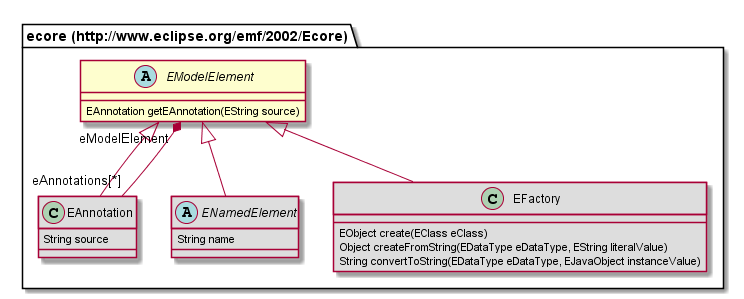
Earlier version of the PlantUML export org.nasdanika.html.repository/src/site/resources/app-model-doc/687474703a2f2f7777772e65636c697073652e6f72672f656d662f323030322f45636f7265/EModelElement.png (Nasdanika/html).
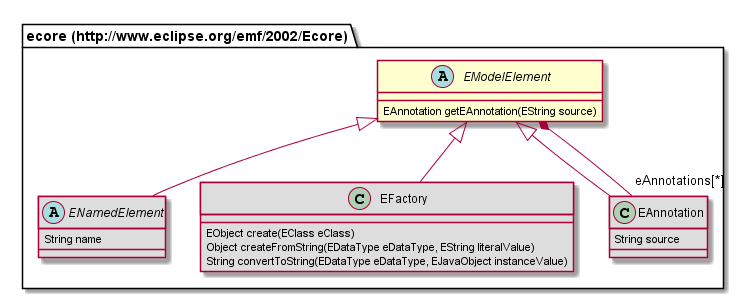
After the commit.

What changed in the source:
```diff
@@ -1,9 +1,6 @@
 @startuml
 abstract class "ecore (http://www.eclipse.org/emf/2002/Ecore).EModelElement" [[#router/doc-content/687474703a2f2f7777772e65636c697073652e6f72672f656d662f323030322f45636f7265/EModelElement.html]] {
 	EAnnotation getEAnnotation(EString source)
-}
-class "ecore (http://www.eclipse.org/emf/2002/Ecore).EAnnotation" [[#router/doc-content/687474703a2f2f7777772e65636c697073652e6f72672f656d662f323030322f45636f7265/EAnnotation.html]] #DDDDDD {
-	String source
 }
 abstract class "ecore (http://www.eclipse.org/emf/2002/Ecore).ENamedElement" [[#router/doc-content/687474703a2f2f7777772e65636c697073652e6f72672f656d662f323030322f45636f7265/ENamedElement.html]] #DDDDDD {
 	String name
@@ -13,8 +10,11 @@
 	Object createFromString(EDataType eDataType, EString literalValue)
 	String convertToString(EDataType eDataType, EJavaObject instanceValue)
 }
-"ecore (http://www.eclipse.org/emf/2002/Ecore).EModelElement" <|-- "ecore (http://www.eclipse.org/emf/2002/Ecore).EAnnotation"
+class "ecore (http://www.eclipse.org/emf/2002/Ecore).EAnnotation" [[#router/doc-content/687474703a2f2f7777772e65636c697073652e6f72672f656d662f323030322f45636f7265/EAnnotation.html]] #DDDDDD {
+	String source
+}
 "ecore (http://www.eclipse.org/emf/2002/Ecore).EModelElement" <|-- "ecore (http://www.eclipse.org/emf/2002/Ecore).ENamedElement"
 "ecore (http://www.eclipse.org/emf/2002/Ecore).EModelElement" <|-- "ecore (http://www.eclipse.org/emf/2002/Ecore).EFactory"
-"ecore (http://www.eclipse.org/emf/2002/Ecore).EAnnotation" "eAnnotations[*]" --* "eModelElement" "ecore (http://www.eclipse.org/emf/2002/Ecore).EModelElement"
+"ecore (http://www.eclipse.org/emf/2002/Ecore).EModelElement" <|-- "ecore (http://www.eclipse.org/emf/2002/Ecore).EAnnotation"
+"ecore (http://www.eclipse.org/emf/2002/Ecore).EModelElement" *-- "eAnnotations[*]" "ecore (http://www.eclipse.org/emf/2002/Ecore).EAnnotation"
 @enduml
```
